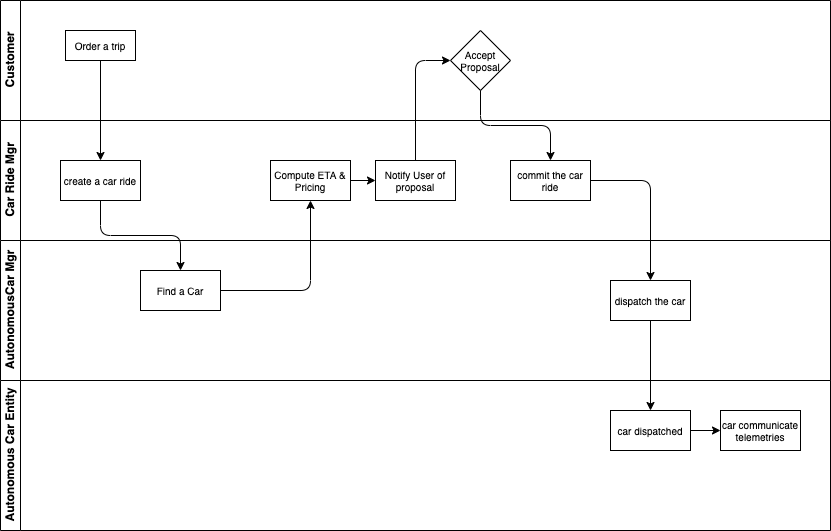
Above: docs/solutions/autonomous-car/diagrams/bpm-flow.drawio.png in jbcodeforce/eda-studies (draw.io), before the change. Source tidied: cells renumbered, new cells last; positions are measured from the earlier drawing's top-left corner, leaving out a move shared by most shapes. Source of this version:
```xml
<mxGraphModel>
  <root>
    <mxCell id="0" />
    <mxCell id="1" parent="0" />
    <mxCell id="2" value="Customer" style="swimlane;startSize=20;horizontal=0;html=1;" parent="1" vertex="1">
      <mxGeometry width="830" height="120" as="geometry" />
    </mxCell>
    <mxCell id="3" value="Order a trip" style="rounded=0;whiteSpace=wrap;html=1;fontSize=10;" parent="2" vertex="1">
      <mxGeometry x="65" y="30" width="70" height="30" as="geometry" />
    </mxCell>
    <mxCell id="4" value="Accept Proposal" style="rhombus;whiteSpace=wrap;html=1;fontSize=10;" parent="2" vertex="1">
      <mxGeometry x="450" y="30" width="60" height="60" as="geometry" />
    </mxCell>
    <mxCell id="5" value="Car Ride Mgr" style="swimlane;startSize=20;horizontal=0;html=1;" parent="1" vertex="1">
      <mxGeometry y="120" width="830" height="120" as="geometry" />
    </mxCell>
    <mxCell id="6" value="create a car ride" style="rounded=0;whiteSpace=wrap;html=1;fontSize=10;" parent="5" vertex="1">
      <mxGeometry x="60" y="40" width="80" height="40" as="geometry" />
    </mxCell>
    <mxCell id="7" style="edgeStyle=orthogonalEdgeStyle;html=1;" parent="5" edge="1" source="8" target="9">
      <mxGeometry relative="1" as="geometry" />
    </mxCell>
    <mxCell id="8" value="Compute ETA &amp;amp; Pricing" style="rounded=0;whiteSpace=wrap;html=1;fontSize=10;" parent="5" vertex="1">
      <mxGeometry x="270" y="40" width="80" height="40" as="geometry" />
    </mxCell>
    <mxCell id="9" value="Notify User of proposal" style="rounded=0;whiteSpace=wrap;html=1;fontSize=10;" parent="5" vertex="1">
      <mxGeometry x="375" y="40" width="80" height="40" as="geometry" />
    </mxCell>
    <mxCell id="10" value="commit the car ride" style="rounded=0;whiteSpace=wrap;html=1;fontSize=10;" parent="5" vertex="1">
      <mxGeometry x="510" y="40" width="80" height="40" as="geometry" />
    </mxCell>
    <mxCell id="11" style="edgeStyle=none;html=1;" parent="1" edge="1" source="3" target="6">
      <mxGeometry relative="1" as="geometry" />
    </mxCell>
    <mxCell id="12" style="edgeStyle=orthogonalEdgeStyle;html=1;entryX=0;entryY=0.5;entryDx=0;entryDy=0;" parent="1" edge="1" source="9" target="4">
      <mxGeometry relative="1" as="geometry" />
    </mxCell>
    <mxCell id="13" style="edgeStyle=orthogonalEdgeStyle;html=1;" parent="1" edge="1" source="4" target="10">
      <mxGeometry relative="1" as="geometry" />
    </mxCell>
    <mxCell id="14" value="AutonomousCar Mgr" style="swimlane;startSize=20;horizontal=0;html=1;" parent="1" vertex="1">
      <mxGeometry y="240" width="830" height="140" as="geometry" />
    </mxCell>
    <mxCell id="15" value="dispatch the car" style="rounded=0;whiteSpace=wrap;html=1;fontSize=10;" parent="14" vertex="1">
      <mxGeometry x="610" y="40" width="80" height="40" as="geometry" />
    </mxCell>
    <mxCell id="16" value="Find a Car" style="rounded=0;whiteSpace=wrap;html=1;fontSize=10;" parent="14" vertex="1">
      <mxGeometry x="140" y="30" width="80" height="40" as="geometry" />
    </mxCell>
    <mxCell id="17" style="edgeStyle=orthogonalEdgeStyle;html=1;" parent="1" edge="1" source="6" target="16">
      <mxGeometry relative="1" as="geometry" />
    </mxCell>
    <mxCell id="18" style="edgeStyle=orthogonalEdgeStyle;html=1;exitX=1;exitY=0.5;exitDx=0;exitDy=0;" parent="1" edge="1" source="16" target="8">
      <mxGeometry relative="1" as="geometry" />
    </mxCell>
    <mxCell id="19" style="edgeStyle=orthogonalEdgeStyle;html=1;entryX=0.5;entryY=0;entryDx=0;entryDy=0;" parent="1" edge="1" source="10" target="15">
      <mxGeometry relative="1" as="geometry" />
    </mxCell>
    <mxCell id="20" value="Autonomous Car Entity" style="swimlane;startSize=20;horizontal=0;html=1;" parent="1" vertex="1">
      <mxGeometry y="380" width="830" height="150" as="geometry" />
    </mxCell>
    <mxCell id="21" style="edgeStyle=orthogonalEdgeStyle;html=1;" parent="20" edge="1" source="22" target="23">
      <mxGeometry relative="1" as="geometry" />
    </mxCell>
    <mxCell id="22" value="car dispatched" style="rounded=0;whiteSpace=wrap;html=1;fontSize=10;" parent="20" vertex="1">
      <mxGeometry x="610" y="30" width="80" height="40" as="geometry" />
    </mxCell>
    <mxCell id="23" value="car communicate telemetries" style="rounded=0;whiteSpace=wrap;html=1;fontSize=10;" parent="20" vertex="1">
      <mxGeometry x="720" y="30" width="80" height="40" as="geometry" />
    </mxCell>
    <mxCell id="24" style="edgeStyle=orthogonalEdgeStyle;html=1;" parent="1" edge="1" source="15" target="22">
      <mxGeometry relative="1" as="geometry" />
    </mxCell>
  </root>
</mxGraphModel>
```
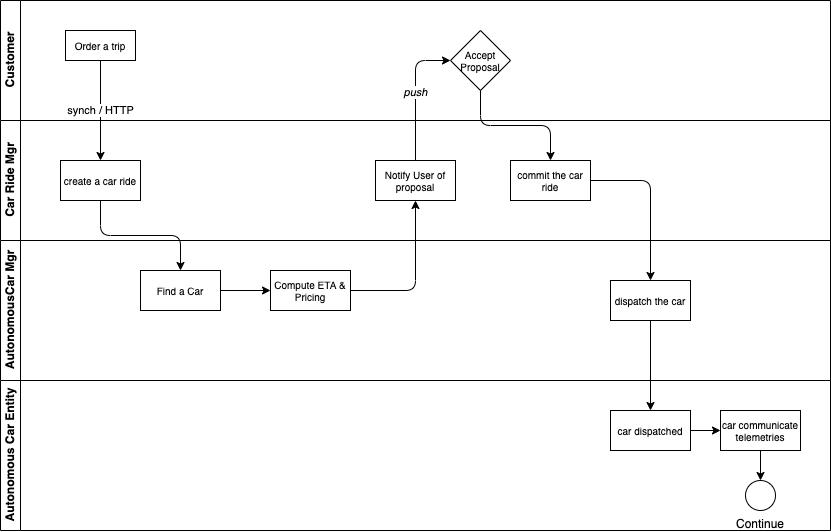
After the commit.

Diff of the diagram source:
```diff
@@ -17,22 +17,16 @@
     <mxCell id="6" value="create a car ride" style="rounded=0;whiteSpace=wrap;html=1;fontSize=10;" parent="5" vertex="1">
       <mxGeometry x="60" y="40" width="80" height="40" as="geometry" />
     </mxCell>
-    <mxCell id="7" style="edgeStyle=orthogonalEdgeStyle;html=1;" parent="5" edge="1" source="8" target="9">
-      <mxGeometry relative="1" as="geometry" />
-    </mxCell>
-    <mxCell id="8" value="Compute ETA &amp;amp; Pricing" style="rounded=0;whiteSpace=wrap;html=1;fontSize=10;" parent="5" vertex="1">
-      <mxGeometry x="270" y="40" width="80" height="40" as="geometry" />
-    </mxCell>
     <mxCell id="9" value="Notify User of proposal" style="rounded=0;whiteSpace=wrap;html=1;fontSize=10;" parent="5" vertex="1">
       <mxGeometry x="375" y="40" width="80" height="40" as="geometry" />
     </mxCell>
     <mxCell id="10" value="commit the car ride" style="rounded=0;whiteSpace=wrap;html=1;fontSize=10;" parent="5" vertex="1">
       <mxGeometry x="510" y="40" width="80" height="40" as="geometry" />
     </mxCell>
-    <mxCell id="11" style="edgeStyle=none;html=1;" parent="1" edge="1" source="3" target="6">
+    <mxCell id="11" value="synch / HTTP" style="edgeStyle=none;html=1;" parent="1" edge="1" source="3" target="6">
       <mxGeometry relative="1" as="geometry" />
     </mxCell>
-    <mxCell id="12" style="edgeStyle=orthogonalEdgeStyle;html=1;entryX=0;entryY=0.5;entryDx=0;entryDy=0;" parent="1" edge="1" source="9" target="4">
+    <mxCell id="12" value="push" style="edgeStyle=orthogonalEdgeStyle;html=1;entryX=0;entryY=0.5;entryDx=0;entryDy=0;fontStyle=2;" parent="1" edge="1" source="9" target="4">
       <mxGeometry relative="1" as="geometry" />
     </mxCell>
     <mxCell id="13" style="edgeStyle=orthogonalEdgeStyle;html=1;" parent="1" edge="1" source="4" target="10">
@@ -47,12 +41,15 @@
     <mxCell id="16" value="Find a Car" style="rounded=0;whiteSpace=wrap;html=1;fontSize=10;" parent="14" vertex="1">
       <mxGeometry x="140" y="30" width="80" height="40" as="geometry" />
     </mxCell>
+    <mxCell id="8" value="Compute ETA &amp;amp; Pricing" style="rounded=0;whiteSpace=wrap;html=1;fontSize=10;" parent="14" vertex="1">
+      <mxGeometry x="270" y="30" width="80" height="40" as="geometry" />
+    </mxCell>
+    <mxCell id="18" style="edgeStyle=orthogonalEdgeStyle;html=1;exitX=1;exitY=0.5;exitDx=0;exitDy=0;" parent="14" edge="1" source="16" target="8">
+      <mxGeometry relative="1" as="geometry" />
+    </mxCell>
     <mxCell id="17" style="edgeStyle=orthogonalEdgeStyle;html=1;" parent="1" edge="1" source="6" target="16">
       <mxGeometry relative="1" as="geometry" />
     </mxCell>
-    <mxCell id="18" style="edgeStyle=orthogonalEdgeStyle;html=1;exitX=1;exitY=0.5;exitDx=0;exitDy=0;" parent="1" edge="1" source="16" target="8">
-      <mxGeometry relative="1" as="geometry" />
-    </mxCell>
     <mxCell id="19" style="edgeStyle=orthogonalEdgeStyle;html=1;entryX=0.5;entryY=0;entryDx=0;entryDy=0;" parent="1" edge="1" source="10" target="15">
       <mxGeometry relative="1" as="geometry" />
     </mxCell>
@@ -65,11 +62,20 @@
     <mxCell id="22" value="car dispatched" style="rounded=0;whiteSpace=wrap;html=1;fontSize=10;" parent="20" vertex="1">
       <mxGeometry x="610" y="30" width="80" height="40" as="geometry" />
     </mxCell>
+    <mxCell id="25" style="edgeStyle=none;html=1;" parent="20" edge="1" source="23" target="26">
+      <mxGeometry relative="1" as="geometry" />
+    </mxCell>
     <mxCell id="23" value="car communicate telemetries" style="rounded=0;whiteSpace=wrap;html=1;fontSize=10;" parent="20" vertex="1">
       <mxGeometry x="720" y="30" width="80" height="40" as="geometry" />
     </mxCell>
+    <mxCell id="26" value="Continue" style="ellipse;whiteSpace=wrap;html=1;labelPosition=center;verticalLabelPosition=bottom;align=center;verticalAlign=top;" parent="20" vertex="1">
+      <mxGeometry x="745" y="100" width="30" height="30" as="geometry" />
+    </mxCell>
     <mxCell id="24" style="edgeStyle=orthogonalEdgeStyle;html=1;" parent="1" edge="1" source="15" target="22">
       <mxGeometry relative="1" as="geometry" />
     </mxCell>
+    <mxCell id="7" style="edgeStyle=orthogonalEdgeStyle;html=1;" parent="1" edge="1" source="8" target="9">
+      <mxGeometry relative="1" as="geometry" />
+    </mxCell>
   </root>
 </mxGraphModel>
```
